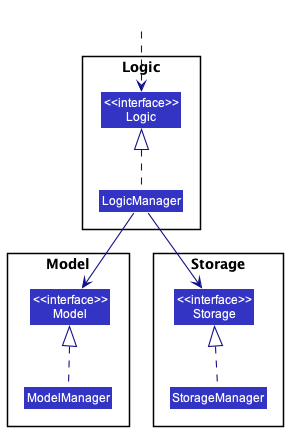
Before: docs/images/ComponentManagers.png, a diagram exported from PlantUML (nus-cs2103-AY2223S2/tp).
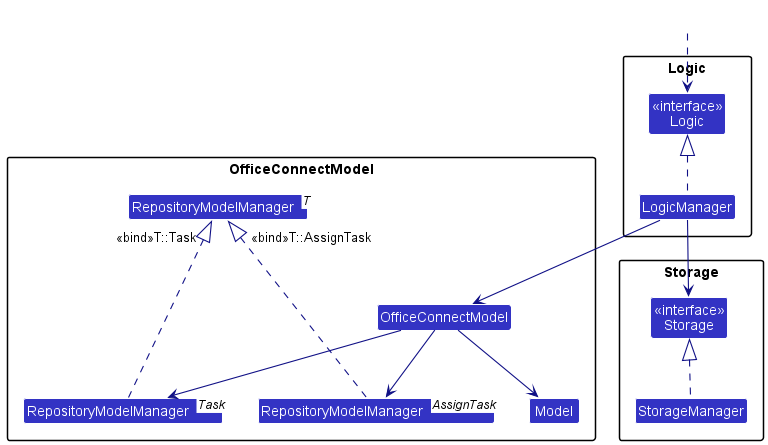
The same file after the commit.

What changed in the source:
```diff
@@ -1,31 +1,46 @@
 @startuml
 !include style.puml
+allowmixing
 skinparam arrowThickness 1.1
 skinparam arrowColor LOGIC_COLOR_T4
 skinparam classBackgroundColor LOGIC_COLOR
 
 package Logic {
-Class "<<interface>>\nLogic" as Logic
+Class "<<interface>>\nLogic" as LogicC
 Class LogicManager
+LogicManager .up.|> LogicC
+
 }
 
-package Model{
-Class "<<interface>>\nModel" as Model
-Class ModelManager
+
+package OfficeConnectModel {
+Class "OfficeConnectModel"  as model
+Class "RepositoryModelManager<Task>"  as repoTask
+Class "RepositoryModelManager<AssignTask>" as repoAssign
+Class "Model" as personModel
+model --> repoTask
+model --> repoAssign
+model --> personModel
+
+Class "RepositoryModelManager<T>" as repo
+repoTask ..up.|> "<<bind>>T::Task" repo
+repoAssign ..up.|> "<<bind>>T::AssignTask" repo
+
 }
 
+
+
 package Storage{
-Class "<<interface>>\nStorage" as Storage
+Class "<<interface>>\nStorage" as StorageC
 Class StorageManager
+StorageManager .up.|> StorageC
+
 }
 
-Class HiddenOutside #FFFFFF
-HiddenOutside ..> Logic
+LogicManager --> StorageC
+LogicManager --> model
+class HiddenOutside #FFFFFF
+HiddenOutside ..> LogicC
 
-LogicManager .up.|> Logic
-ModelManager .up.|> Model
-StorageManager .up.|> Storage
 
-LogicManager --> Model
-LogicManager --> Storage
 @enduml
```
